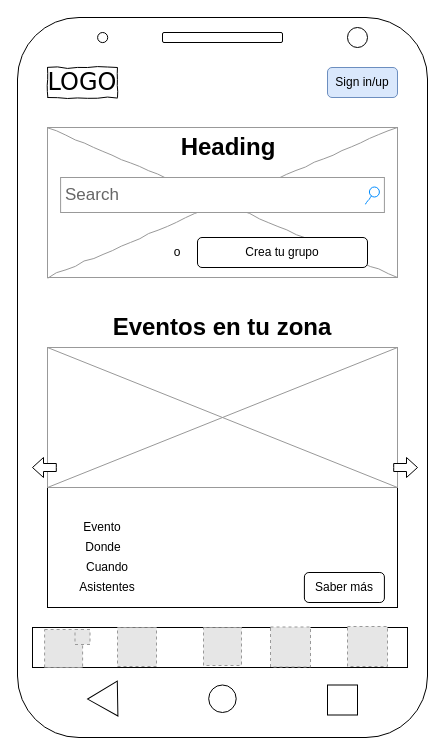
Above: P2/sketch/PagPrincipal(1).drawio in PepeNavarro7/DIU20 (draw.io), before the change. Source tidied: cells renumbered, new cells numbered last; positions are measured from the earlier drawing's top-left corner, leaving out a move shared by most shapes. Both pictures are drawn from the tidied source at 100%, with x=0, y=0 at pixel (17, 17). Pictures stored in the file or linked from it are replaced by grey dashed boxes.
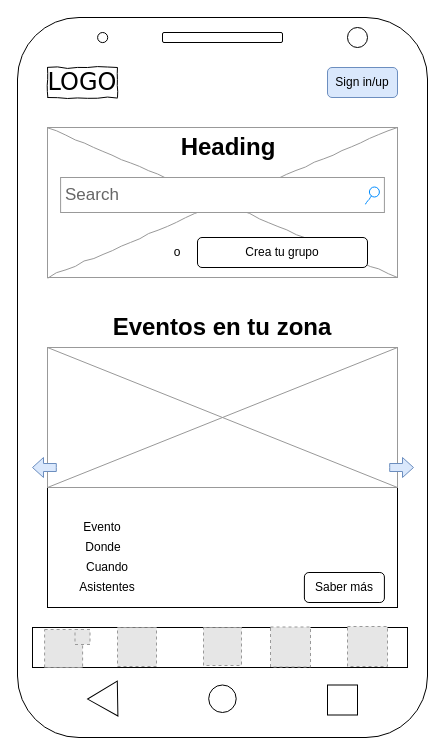
The same page after the edit.

Diff of the diagram source:
```diff
@@
-    <mxCell id="25" style="html=1;shadow=0;dashed=0;align=center;verticalAlign=middle;shape=mxgraph.arrows2.arrow;dy=0.6;dx=11;notch=0;fontSize=24;" parent="1" vertex="1">
-      <mxGeometry x="376.2" y="440" width="23.8" height="20" as="geometry" />
+    <mxCell id="25" style="html=1;shadow=0;dashed=0;align=center;verticalAlign=middle;shape=mxgraph.arrows2.arrow;dy=0.6;dx=11;notch=0;fontSize=24;fillColor=#dae8fc;strokeColor=#6c8ebf;" parent="1" vertex="1">
+      <mxGeometry x="372.2" y="440" width="23.8" height="20" as="geometry" />
     </mxCell>
@@
-    <mxCell id="33" style="html=1;shadow=0;dashed=0;align=center;verticalAlign=middle;shape=mxgraph.arrows2.arrow;dy=0.6;dx=11;notch=0;fontSize=24;rotation=-180;" parent="1" vertex="1">
+    <mxCell id="33" style="html=1;shadow=0;dashed=0;align=center;verticalAlign=middle;shape=mxgraph.arrows2.arrow;dy=0.6;dx=11;notch=0;fontSize=24;rotation=-180;fillColor=#dae8fc;strokeColor=#6c8ebf;" parent="1" vertex="1">
       <mxGeometry x="15" y="440" width="23.8" height="20" as="geometry" />
     </mxCell>
```
